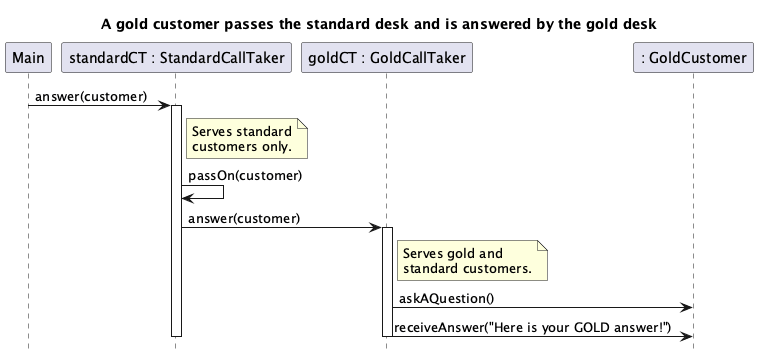
kaldiroglu/DesignPatternsWithJava keeps this PlantUML diagram as src/main/java/dev/kaldiroglu/dp/behavioral/chainOfResponsibility/callCenter/uml/Chain of Responsibility - Call Center - Sequence Diagram.png. Above is the earlier version. Source of this version:
```plantuml
@startuml "Chain of Responsibility - Call Center - Sequence Diagram"
hide footbox
title A gold customer passes the standard desk and is answered by the gold desk
participant Main
participant "standardCT : StandardCallTaker" as S
participant "goldCT : GoldCallTaker" as G
participant ": GoldCustomer" as C

Main -> S : answer(customer)
activate S
note right of S : Serves standard\ncustomers only.
S -> S : passOn(customer)
S -> G : answer(customer)
activate G
note right of G : Serves gold and\nstandard customers.
G -> C : askAQuestion()
G -> C : receiveAnswer("Here is your GOLD answer!")
deactivate G
deactivate S
@enduml
```
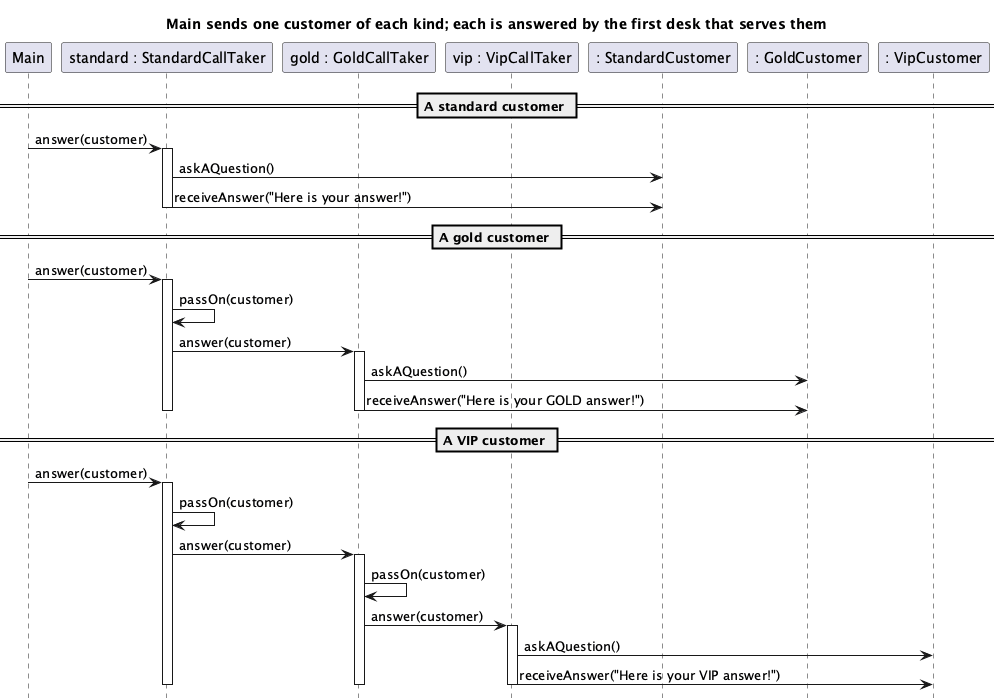
After the change.

Commit message:
callCenter: the sequence diagram shows all three customers, each answered by its desk

The edit, as a diff of the source:
```diff
@@ -1,20 +1,44 @@
 @startuml "Chain of Responsibility - Call Center - Sequence Diagram"
 hide footbox
-title A gold customer passes the standard desk and is answered by the gold desk
+title Main sends one customer of each kind; each is answered by the first desk that serves them
 participant Main
-participant "standardCT : StandardCallTaker" as S
-participant "goldCT : GoldCallTaker" as G
-participant ": GoldCustomer" as C
+participant "standard : StandardCallTaker" as S
+participant "gold : GoldCallTaker" as G
+participant "vip : VipCallTaker" as V
+participant ": StandardCustomer" as SC
+participant ": GoldCustomer" as GC
+participant ": VipCustomer" as VC
 
+== A standard customer ==
 Main -> S : answer(customer)
 activate S
-note right of S : Serves standard\ncustomers only.
+S -> SC : askAQuestion()
+S -> SC : receiveAnswer("Here is your answer!")
+deactivate S
+
+== A gold customer ==
+Main -> S : answer(customer)
+activate S
 S -> S : passOn(customer)
 S -> G : answer(customer)
 activate G
-note right of G : Serves gold and\nstandard customers.
-G -> C : askAQuestion()
-G -> C : receiveAnswer("Here is your GOLD answer!")
+G -> GC : askAQuestion()
+G -> GC : receiveAnswer("Here is your GOLD answer!")
+deactivate G
+deactivate S
+
+== A VIP customer ==
+Main -> S : answer(customer)
+activate S
+S -> S : passOn(customer)
+S -> G : answer(customer)
+activate G
+G -> G : passOn(customer)
+G -> V : answer(customer)
+activate V
+V -> VC : askAQuestion()
+V -> VC : receiveAnswer("Here is your VIP answer!")
+deactivate V
 deactivate G
 deactivate S
 @enduml
```
